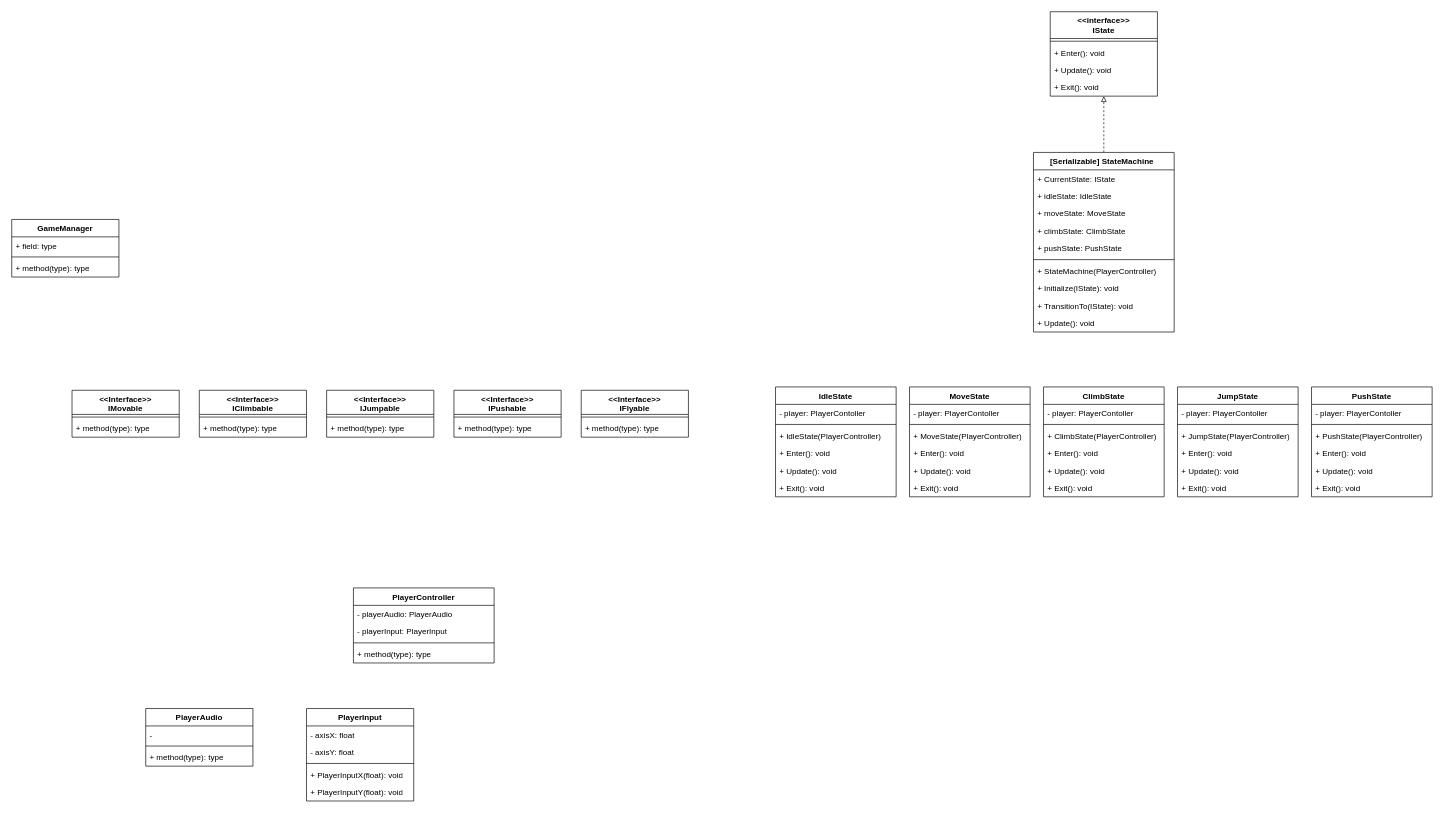
The draw.io diagram SoraPuzzleAction_ClassDiagram.drawio in jskrd098/SoraPuzzleAction, before the edit. Source tidied: cells renumbered, new cells numbered last; positions are measured from the earlier drawing's top-left corner, leaving out a move shared by most shapes. Both pictures are drawn from the tidied source at 67%, with x=0, y=0 at pixel (11, 11).
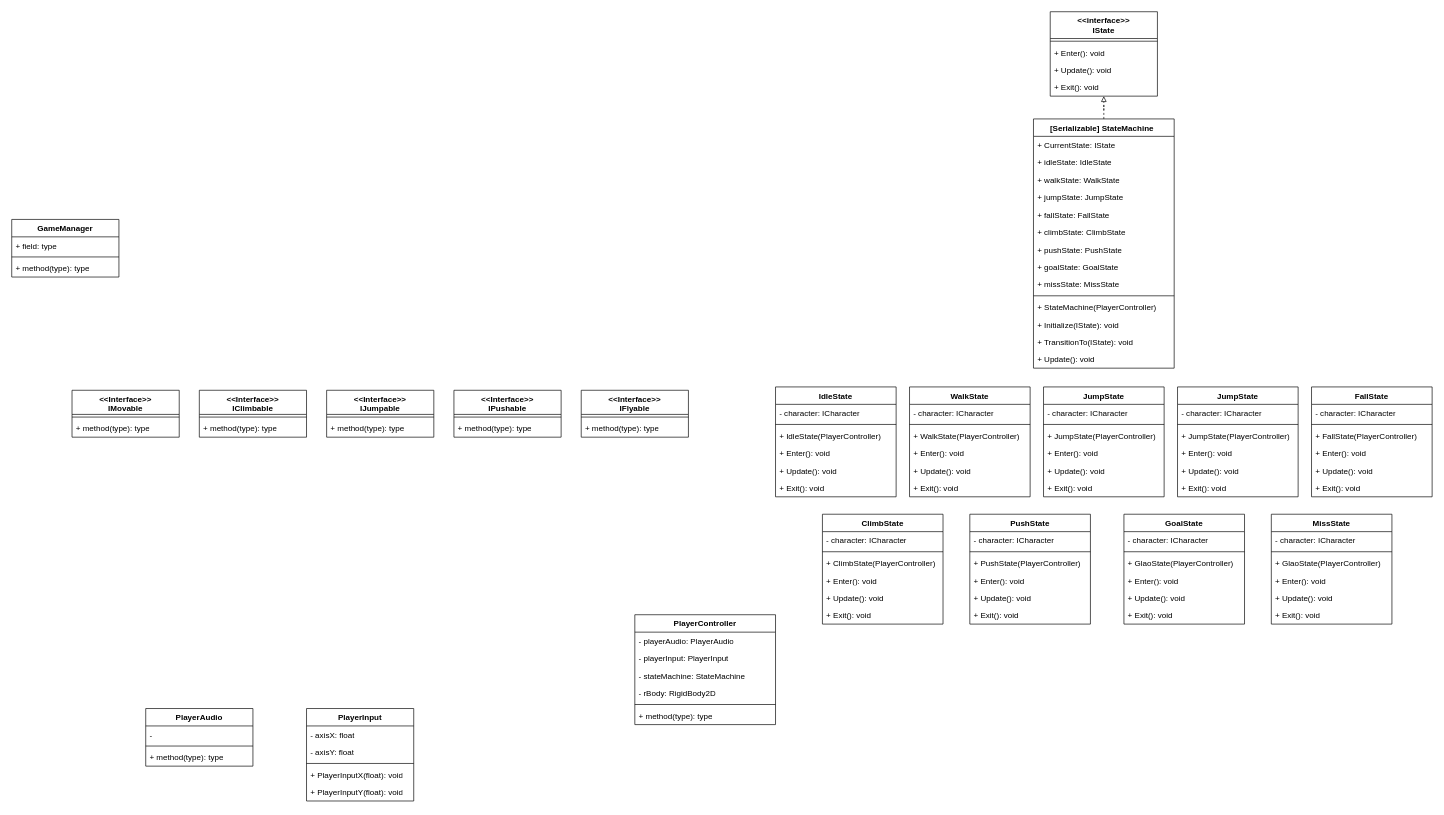
Above is the later version.

The change refers to these unchanged cells:
```xml
<mxCell id="21" value="IdleState" style="swimlane;fontStyle=1;align=center;verticalAlign=top;horizontal=1;startSize=26;whiteSpace=wrap;html=1;" parent="1" vertex="1">
  <mxGeometry x="1140" y="560" width="180" height="164" as="geometry" />
</mxCell>
```

Diff of the diagram source:
```diff
@@
     <mxCell id="6" value="PlayerController" style="swimlane;fontStyle=1;align=center;verticalAlign=top;horizontal=1;startSize=26;whiteSpace=wrap;html=1;" parent="1" vertex="1">
-      <mxGeometry x="510" y="860" width="210" height="112" as="geometry" />
+      <mxGeometry x="930" y="900" width="210" height="164" as="geometry" />
     </mxCell>
@@
+    <mxCell id="88" value="- playerInput: PlayerInput" style="text;strokeColor=none;fillColor=none;align=left;verticalAlign=top;spacingLeft=4;spacingRight=4;overflow=hidden;whiteSpace=wrap;html=1;" parent="6" vertex="1">
+      <mxGeometry y="52" width="210" height="26" as="geometry" />
+    </mxCell>
-    <mxCell id="8" value="- playerInput: PlayerInput" style="text;strokeColor=none;fillColor=none;align=left;verticalAlign=top;spacingLeft=4;spacingRight=4;overflow=hidden;whiteSpace=wrap;html=1;" parent="6" vertex="1">
-      <mxGeometry y="52" width="210" height="26" as="geometry" />
+    <mxCell id="8" value="- stateMachine: StateMachine" style="text;strokeColor=none;fillColor=none;align=left;verticalAlign=top;spacingLeft=4;spacingRight=4;overflow=hidden;whiteSpace=wrap;html=1;" parent="6" vertex="1">
+      <mxGeometry y="78" width="210" height="26" as="geometry" />
     </mxCell>
+    <mxCell id="89" value="- rBody: RigidBody2D" style="text;strokeColor=none;fillColor=none;align=left;verticalAlign=top;spacingLeft=4;spacingRight=4;overflow=hidden;whiteSpace=wrap;html=1;" parent="6" vertex="1">
+      <mxGeometry y="104" width="210" height="26" as="geometry" />
+    </mxCell>
     <mxCell id="9" style="line;strokeWidth=1;fillColor=none;align=left;verticalAlign=middle;spacingTop=-1;spacingLeft=3;spacingRight=3;labelPosition=right;strokeColor=inherit;" parent="6" vertex="1">
-      <mxGeometry y="78" width="210" height="8" as="geometry" />
+      <mxGeometry y="130" width="210" height="8" as="geometry" />
     </mxCell>
     <mxCell id="10" value="+ method(type): type" style="text;strokeColor=none;fillColor=none;align=left;verticalAlign=top;spacingLeft=4;spacingRight=4;overflow=hidden;whiteSpace=wrap;html=1;" parent="6" vertex="1">
-      <mxGeometry y="86" width="210" height="26" as="geometry" />
+      <mxGeometry y="138" width="210" height="26" as="geometry" />
     </mxCell>
@@
-    <mxCell id="22" value="- player: PlayerContoller" style="text;strokeColor=none;fillColor=none;align=left;verticalAlign=top;spacingLeft=4;spacingRight=4;overflow=hidden;whiteSpace=wrap;html=1;" parent="21" vertex="1">
-      <mxGeometry y="26" width="180" height="26" as="geometry" />
-    </mxCell>
+    <mxCell id="90" value="- character: ICharacter" style="text;strokeColor=none;fillColor=none;align=left;verticalAlign=top;spacingLeft=4;spacingRight=4;overflow=hidden;whiteSpace=wrap;html=1;" parent="21" vertex="1">
+      <mxGeometry y="26" width="180" height="26" as="geometry" />
+    </mxCell>
@@
     <mxCell id="34" value="[Serializable] StateMachine&lt;span style=&quot;white-space: pre;&quot;&gt;&#9;&lt;/span&gt;" style="swimlane;fontStyle=1;align=center;verticalAlign=top;horizontal=1;startSize=26;whiteSpace=wrap;html=1;" parent="1" vertex="1">
-      <mxGeometry x="1525" y="210" width="210" height="268" as="geometry" />
+      <mxGeometry x="1525" y="160" width="210" height="372" as="geometry" />
     </mxCell>
@@
-    <mxCell id="37" value="+ moveState: MoveState" style="text;strokeColor=none;fillColor=none;align=left;verticalAlign=top;spacingLeft=4;spacingRight=4;overflow=hidden;whiteSpace=wrap;html=1;" parent="34" vertex="1">
+    <mxCell id="37" value="+ walkState: WalkState" style="text;strokeColor=none;fillColor=none;align=left;verticalAlign=top;spacingLeft=4;spacingRight=4;overflow=hidden;whiteSpace=wrap;html=1;" parent="34" vertex="1">
       <mxGeometry y="78" width="210" height="26" as="geometry" />
     </mxCell>
+    <mxCell id="91" value="+ jumpState: JumpState" style="text;strokeColor=none;fillColor=none;align=left;verticalAlign=top;spacingLeft=4;spacingRight=4;overflow=hidden;whiteSpace=wrap;html=1;" parent="34" vertex="1">
+      <mxGeometry y="104" width="210" height="26" as="geometry" />
+    </mxCell>
+    <mxCell id="92" value="+ fallState: FallState" style="text;strokeColor=none;fillColor=none;align=left;verticalAlign=top;spacingLeft=4;spacingRight=4;overflow=hidden;whiteSpace=wrap;html=1;" parent="34" vertex="1">
+      <mxGeometry y="130" width="210" height="26" as="geometry" />
+    </mxCell>
     <mxCell id="38" value="+ climbState: ClimbState" style="text;strokeColor=none;fillColor=none;align=left;verticalAlign=top;spacingLeft=4;spacingRight=4;overflow=hidden;whiteSpace=wrap;html=1;" parent="34" vertex="1">
-      <mxGeometry y="104" width="210" height="26" as="geometry" />
+      <mxGeometry y="156" width="210" height="26" as="geometry" />
     </mxCell>
+    <mxCell id="93" value="+ pushState: PushState" style="text;strokeColor=none;fillColor=none;align=left;verticalAlign=top;spacingLeft=4;spacingRight=4;overflow=hidden;whiteSpace=wrap;html=1;" parent="34" vertex="1">
+      <mxGeometry y="182" width="210" height="26" as="geometry" />
+    </mxCell>
-    <mxCell id="39" value="+ pushState: PushState" style="text;strokeColor=none;fillColor=none;align=left;verticalAlign=top;spacingLeft=4;spacingRight=4;overflow=hidden;whiteSpace=wrap;html=1;" parent="34" vertex="1">
-      <mxGeometry y="130" width="210" height="26" as="geometry" />
+    <mxCell id="39" value="+ goalState: GoalState" style="text;strokeColor=none;fillColor=none;align=left;verticalAlign=top;spacingLeft=4;spacingRight=4;overflow=hidden;whiteSpace=wrap;html=1;" parent="34" vertex="1">
+      <mxGeometry y="208" width="210" height="26" as="geometry" />
     </mxCell>
+    <mxCell id="94" value="+ missState: MissState" style="text;strokeColor=none;fillColor=none;align=left;verticalAlign=top;spacingLeft=4;spacingRight=4;overflow=hidden;whiteSpace=wrap;html=1;" parent="34" vertex="1">
+      <mxGeometry y="234" width="210" height="26" as="geometry" />
+    </mxCell>
     <mxCell id="40" style="line;strokeWidth=1;fillColor=none;align=left;verticalAlign=middle;spacingTop=-1;spacingLeft=3;spacingRight=3;labelPosition=right;strokeColor=inherit;" parent="34" vertex="1">
-      <mxGeometry y="156" width="210" height="8" as="geometry" />
+      <mxGeometry y="260" width="210" height="8" as="geometry" />
     </mxCell>
     <mxCell id="41" value="+ StateMachine(PlayerController)" style="text;strokeColor=none;fillColor=none;align=left;verticalAlign=top;spacingLeft=4;spacingRight=4;overflow=hidden;whiteSpace=wrap;html=1;" parent="34" vertex="1">
-      <mxGeometry y="164" width="210" height="26" as="geometry" />
+      <mxGeometry y="268" width="210" height="26" as="geometry" />
     </mxCell>
     <mxCell id="42" value="+ Initialize(IState): void" style="text;strokeColor=none;fillColor=none;align=left;verticalAlign=top;spacingLeft=4;spacingRight=4;overflow=hidden;whiteSpace=wrap;html=1;" parent="34" vertex="1">
-      <mxGeometry y="190" width="210" height="26" as="geometry" />
+      <mxGeometry y="294" width="210" height="26" as="geometry" />
     </mxCell>
     <mxCell id="43" value="+ TransitionTo(IState): void" style="text;strokeColor=none;fillColor=none;align=left;verticalAlign=top;spacingLeft=4;spacingRight=4;overflow=hidden;whiteSpace=wrap;html=1;" parent="34" vertex="1">
-      <mxGeometry y="216" width="210" height="26" as="geometry" />
+      <mxGeometry y="320" width="210" height="26" as="geometry" />
     </mxCell>
     <mxCell id="44" value="+ Update(): void" style="text;strokeColor=none;fillColor=none;align=left;verticalAlign=top;spacingLeft=4;spacingRight=4;overflow=hidden;whiteSpace=wrap;html=1;" parent="34" vertex="1">
-      <mxGeometry y="242" width="210" height="26" as="geometry" />
+      <mxGeometry y="346" width="210" height="26" as="geometry" />
     </mxCell>
-    <mxCell id="45" value="MoveState" style="swimlane;fontStyle=1;align=center;verticalAlign=top;horizontal=1;startSize=26;whiteSpace=wrap;html=1;" parent="1" vertex="1">
+    <mxCell id="45" value="WalkState" style="swimlane;fontStyle=1;align=center;verticalAlign=top;horizontal=1;startSize=26;whiteSpace=wrap;html=1;" parent="1" vertex="1">
       <mxGeometry x="1340" y="560" width="180" height="164" as="geometry" />
     </mxCell>
-    <mxCell id="46" value="- player: PlayerContoller" style="text;strokeColor=none;fillColor=none;align=left;verticalAlign=top;spacingLeft=4;spacingRight=4;overflow=hidden;whiteSpace=wrap;html=1;" parent="45" vertex="1">
-      <mxGeometry y="26" width="180" height="26" as="geometry" />
-    </mxCell>
+    <mxCell id="95" value="- character: ICharacter" style="text;strokeColor=none;fillColor=none;align=left;verticalAlign=top;spacingLeft=4;spacingRight=4;overflow=hidden;whiteSpace=wrap;html=1;" parent="45" vertex="1">
+      <mxGeometry y="26" width="180" height="26" as="geometry" />
+    </mxCell>
@@
-    <mxCell id="48" value="+ MoveState(PlayerController)" style="text;strokeColor=none;fillColor=none;align=left;verticalAlign=top;spacingLeft=4;spacingRight=4;overflow=hidden;whiteSpace=wrap;html=1;" parent="45" vertex="1">
+    <mxCell id="48" value="+ WalkState(PlayerController)" style="text;strokeColor=none;fillColor=none;align=left;verticalAlign=top;spacingLeft=4;spacingRight=4;overflow=hidden;whiteSpace=wrap;html=1;" parent="45" vertex="1">
       <mxGeometry y="60" width="180" height="26" as="geometry" />
     </mxCell>
@@
     <mxCell id="52" value="ClimbState" style="swimlane;fontStyle=1;align=center;verticalAlign=top;horizontal=1;startSize=26;whiteSpace=wrap;html=1;" parent="1" vertex="1">
-      <mxGeometry x="1540" y="560" width="180" height="164" as="geometry" />
+      <mxGeometry x="1210" y="750" width="180" height="164" as="geometry" />
     </mxCell>
-    <mxCell id="53" value="- player: PlayerContoller" style="text;strokeColor=none;fillColor=none;align=left;verticalAlign=top;spacingLeft=4;spacingRight=4;overflow=hidden;whiteSpace=wrap;html=1;" parent="52" vertex="1">
-      <mxGeometry y="26" width="180" height="26" as="geometry" />
-    </mxCell>
+    <mxCell id="96" value="- character: ICharacter" style="text;strokeColor=none;fillColor=none;align=left;verticalAlign=top;spacingLeft=4;spacingRight=4;overflow=hidden;whiteSpace=wrap;html=1;" parent="52" vertex="1">
+      <mxGeometry y="26" width="180" height="26" as="geometry" />
+    </mxCell>
@@
     <mxCell id="59" value="JumpState" style="swimlane;fontStyle=1;align=center;verticalAlign=top;horizontal=1;startSize=26;whiteSpace=wrap;html=1;" parent="1" vertex="1">
-      <mxGeometry x="1740" y="560" width="180" height="164" as="geometry" />
+      <mxGeometry x="1540" y="560" width="180" height="164" as="geometry" />
     </mxCell>
-    <mxCell id="60" value="- player: PlayerContoller" style="text;strokeColor=none;fillColor=none;align=left;verticalAlign=top;spacingLeft=4;spacingRight=4;overflow=hidden;whiteSpace=wrap;html=1;" parent="59" vertex="1">
-      <mxGeometry y="26" width="180" height="26" as="geometry" />
-    </mxCell>
+    <mxCell id="97" value="- character: ICharacter" style="text;strokeColor=none;fillColor=none;align=left;verticalAlign=top;spacingLeft=4;spacingRight=4;overflow=hidden;whiteSpace=wrap;html=1;" parent="59" vertex="1">
+      <mxGeometry y="26" width="180" height="26" as="geometry" />
+    </mxCell>
@@
     <mxCell id="78" value="PushState" style="swimlane;fontStyle=1;align=center;verticalAlign=top;horizontal=1;startSize=26;whiteSpace=wrap;html=1;" parent="1" vertex="1">
-      <mxGeometry x="1940" y="560" width="180" height="164" as="geometry" />
+      <mxGeometry x="1430" y="750" width="180" height="164" as="geometry" />
     </mxCell>
-    <mxCell id="79" value="- player: PlayerContoller" style="text;strokeColor=none;fillColor=none;align=left;verticalAlign=top;spacingLeft=4;spacingRight=4;overflow=hidden;whiteSpace=wrap;html=1;" parent="78" vertex="1">
+    <mxCell id="79" value="- character: ICharacter" style="text;strokeColor=none;fillColor=none;align=left;verticalAlign=top;spacingLeft=4;spacingRight=4;overflow=hidden;whiteSpace=wrap;html=1;" parent="78" vertex="1">
       <mxGeometry y="26" width="180" height="26" as="geometry" />
     </mxCell>
@@
+    <mxCell id="98" value="JumpState" style="swimlane;fontStyle=1;align=center;verticalAlign=top;horizontal=1;startSize=26;whiteSpace=wrap;html=1;" parent="1" vertex="1">
+      <mxGeometry x="1740" y="560" width="180" height="164" as="geometry" />
+    </mxCell>
+    <mxCell id="99" value="- character: ICharacter" style="text;strokeColor=none;fillColor=none;align=left;verticalAlign=top;spacingLeft=4;spacingRight=4;overflow=hidden;whiteSpace=wrap;html=1;" parent="98" vertex="1">
+      <mxGeometry y="26" width="180" height="26" as="geometry" />
+    </mxCell>
+    <mxCell id="100" style="line;strokeWidth=1;fillColor=none;align=left;verticalAlign=middle;spacingTop=-1;spacingLeft=3;spacingRight=3;labelPosition=right;strokeColor=inherit;" parent="98" vertex="1">
+      <mxGeometry y="52" width="180" height="8" as="geometry" />
+    </mxCell>
+    <mxCell id="101" value="+ JumpState(PlayerController)" style="text;strokeColor=none;fillColor=none;align=left;verticalAlign=top;spacingLeft=4;spacingRight=4;overflow=hidden;whiteSpace=wrap;html=1;" parent="98" vertex="1">
+      <mxGeometry y="60" width="180" height="26" as="geometry" />
+    </mxCell>
+    <mxCell id="102" value="+ Enter(): void" style="text;strokeColor=none;fillColor=none;align=left;verticalAlign=top;spacingLeft=4;spacingRight=4;overflow=hidden;whiteSpace=wrap;html=1;" parent="98" vertex="1">
+      <mxGeometry y="86" width="180" height="26" as="geometry" />
+    </mxCell>
+    <mxCell id="103" value="+ Update(): void" style="text;strokeColor=none;fillColor=none;align=left;verticalAlign=top;spacingLeft=4;spacingRight=4;overflow=hidden;whiteSpace=wrap;html=1;" parent="98" vertex="1">
+      <mxGeometry y="112" width="180" height="26" as="geometry" />
+    </mxCell>
+    <mxCell id="104" value="+ Exit(): void" style="text;strokeColor=none;fillColor=none;align=left;verticalAlign=top;spacingLeft=4;spacingRight=4;overflow=hidden;whiteSpace=wrap;html=1;" parent="98" vertex="1">
+      <mxGeometry y="138" width="180" height="26" as="geometry" />
+    </mxCell>
+    <mxCell id="105" value="FallState" style="swimlane;fontStyle=1;align=center;verticalAlign=top;horizontal=1;startSize=26;whiteSpace=wrap;html=1;" parent="1" vertex="1">
+      <mxGeometry x="1940" y="560" width="180" height="164" as="geometry" />
+    </mxCell>
+    <mxCell id="106" value="- character: ICharacter" style="text;strokeColor=none;fillColor=none;align=left;verticalAlign=top;spacingLeft=4;spacingRight=4;overflow=hidden;whiteSpace=wrap;html=1;" parent="105" vertex="1">
+      <mxGeometry y="26" width="180" height="26" as="geometry" />
+    </mxCell>
+    <mxCell id="107" style="line;strokeWidth=1;fillColor=none;align=left;verticalAlign=middle;spacingTop=-1;spacingLeft=3;spacingRight=3;labelPosition=right;strokeColor=inherit;" parent="105" vertex="1">
+      <mxGeometry y="52" width="180" height="8" as="geometry" />
+    </mxCell>
+    <mxCell id="108" value="+ FallState(PlayerController)" style="text;strokeColor=none;fillColor=none;align=left;verticalAlign=top;spacingLeft=4;spacingRight=4;overflow=hidden;whiteSpace=wrap;html=1;" parent="105" vertex="1">
+      <mxGeometry y="60" width="180" height="26" as="geometry" />
+    </mxCell>
+    <mxCell id="109" value="+ Enter(): void" style="text;strokeColor=none;fillColor=none;align=left;verticalAlign=top;spacingLeft=4;spacingRight=4;overflow=hidden;whiteSpace=wrap;html=1;" parent="105" vertex="1">
+      <mxGeometry y="86" width="180" height="26" as="geometry" />
+    </mxCell>
+    <mxCell id="110" value="+ Update(): void" style="text;strokeColor=none;fillColor=none;align=left;verticalAlign=top;spacingLeft=4;spacingRight=4;overflow=hidden;whiteSpace=wrap;html=1;" parent="105" vertex="1">
+      <mxGeometry y="112" width="180" height="26" as="geometry" />
+    </mxCell>
+    <mxCell id="111" value="+ Exit(): void" style="text;strokeColor=none;fillColor=none;align=left;verticalAlign=top;spacingLeft=4;spacingRight=4;overflow=hidden;whiteSpace=wrap;html=1;" parent="105" vertex="1">
+      <mxGeometry y="138" width="180" height="26" as="geometry" />
+    </mxCell>
+    <mxCell id="112" value="GoalState" style="swimlane;fontStyle=1;align=center;verticalAlign=top;horizontal=1;startSize=26;whiteSpace=wrap;html=1;" parent="1" vertex="1">
+      <mxGeometry x="1660" y="750" width="180" height="164" as="geometry" />
+    </mxCell>
+    <mxCell id="113" value="- character: ICharacter" style="text;strokeColor=none;fillColor=none;align=left;verticalAlign=top;spacingLeft=4;spacingRight=4;overflow=hidden;whiteSpace=wrap;html=1;" parent="112" vertex="1">
+      <mxGeometry y="26" width="180" height="26" as="geometry" />
+    </mxCell>
+    <mxCell id="114" style="line;strokeWidth=1;fillColor=none;align=left;verticalAlign=middle;spacingTop=-1;spacingLeft=3;spacingRight=3;labelPosition=right;strokeColor=inherit;" parent="112" vertex="1">
+      <mxGeometry y="52" width="180" height="8" as="geometry" />
+    </mxCell>
+    <mxCell id="115" value="+ GlaoState(PlayerController)" style="text;strokeColor=none;fillColor=none;align=left;verticalAlign=top;spacingLeft=4;spacingRight=4;overflow=hidden;whiteSpace=wrap;html=1;" parent="112" vertex="1">
+      <mxGeometry y="60" width="180" height="26" as="geometry" />
+    </mxCell>
+    <mxCell id="116" value="+ Enter(): void" style="text;strokeColor=none;fillColor=none;align=left;verticalAlign=top;spacingLeft=4;spacingRight=4;overflow=hidden;whiteSpace=wrap;html=1;" parent="112" vertex="1">
+      <mxGeometry y="86" width="180" height="26" as="geometry" />
+    </mxCell>
+    <mxCell id="117" value="+ Update(): void" style="text;strokeColor=none;fillColor=none;align=left;verticalAlign=top;spacingLeft=4;spacingRight=4;overflow=hidden;whiteSpace=wrap;html=1;" parent="112" vertex="1">
+      <mxGeometry y="112" width="180" height="26" as="geometry" />
+    </mxCell>
+    <mxCell id="118" value="+ Exit(): void" style="text;strokeColor=none;fillColor=none;align=left;verticalAlign=top;spacingLeft=4;spacingRight=4;overflow=hidden;whiteSpace=wrap;html=1;" parent="112" vertex="1">
+      <mxGeometry y="138" width="180" height="26" as="geometry" />
+    </mxCell>
+    <mxCell id="119" value="MissState" style="swimlane;fontStyle=1;align=center;verticalAlign=top;horizontal=1;startSize=26;whiteSpace=wrap;html=1;" parent="1" vertex="1">
+      <mxGeometry x="1880" y="750" width="180" height="164" as="geometry" />
+    </mxCell>
+    <mxCell id="120" value="- character: ICharacter" style="text;strokeColor=none;fillColor=none;align=left;verticalAlign=top;spacingLeft=4;spacingRight=4;overflow=hidden;whiteSpace=wrap;html=1;" parent="119" vertex="1">
+      <mxGeometry y="26" width="180" height="26" as="geometry" />
+    </mxCell>
+    <mxCell id="121" style="line;strokeWidth=1;fillColor=none;align=left;verticalAlign=middle;spacingTop=-1;spacingLeft=3;spacingRight=3;labelPosition=right;strokeColor=inherit;" parent="119" vertex="1">
+      <mxGeometry y="52" width="180" height="8" as="geometry" />
+    </mxCell>
+    <mxCell id="122" value="+ GlaoState(PlayerController)" style="text;strokeColor=none;fillColor=none;align=left;verticalAlign=top;spacingLeft=4;spacingRight=4;overflow=hidden;whiteSpace=wrap;html=1;" parent="119" vertex="1">
+      <mxGeometry y="60" width="180" height="26" as="geometry" />
+    </mxCell>
+    <mxCell id="123" value="+ Enter(): void" style="text;strokeColor=none;fillColor=none;align=left;verticalAlign=top;spacingLeft=4;spacingRight=4;overflow=hidden;whiteSpace=wrap;html=1;" parent="119" vertex="1">
+      <mxGeometry y="86" width="180" height="26" as="geometry" />
+    </mxCell>
+    <mxCell id="124" value="+ Update(): void" style="text;strokeColor=none;fillColor=none;align=left;verticalAlign=top;spacingLeft=4;spacingRight=4;overflow=hidden;whiteSpace=wrap;html=1;" parent="119" vertex="1">
+      <mxGeometry y="112" width="180" height="26" as="geometry" />
+    </mxCell>
+    <mxCell id="125" value="+ Exit(): void" style="text;strokeColor=none;fillColor=none;align=left;verticalAlign=top;spacingLeft=4;spacingRight=4;overflow=hidden;whiteSpace=wrap;html=1;" parent="119" vertex="1">
+      <mxGeometry y="138" width="180" height="26" as="geometry" />
+    </mxCell>
```
